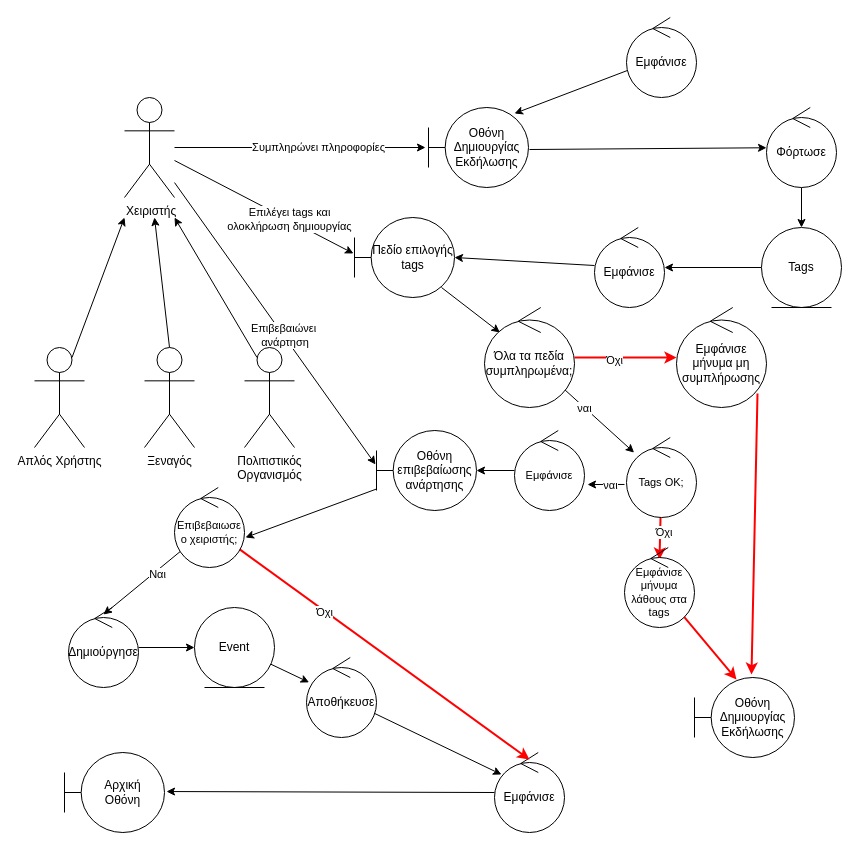
This is Phase-3/Temp files/Diagrams/Post_Event_Robustness.drawio from sfikastheo/CEID-SoftwareEngineering-2023, a draw.io file, before an edit. Source tidied: cells renumbered, new cells numbered last; positions are measured from the earlier drawing's top-left corner, leaving out a move shared by most shapes. Both pictures are drawn from the tidied source at 100%, with x=0, y=0 at pixel (34, 17).
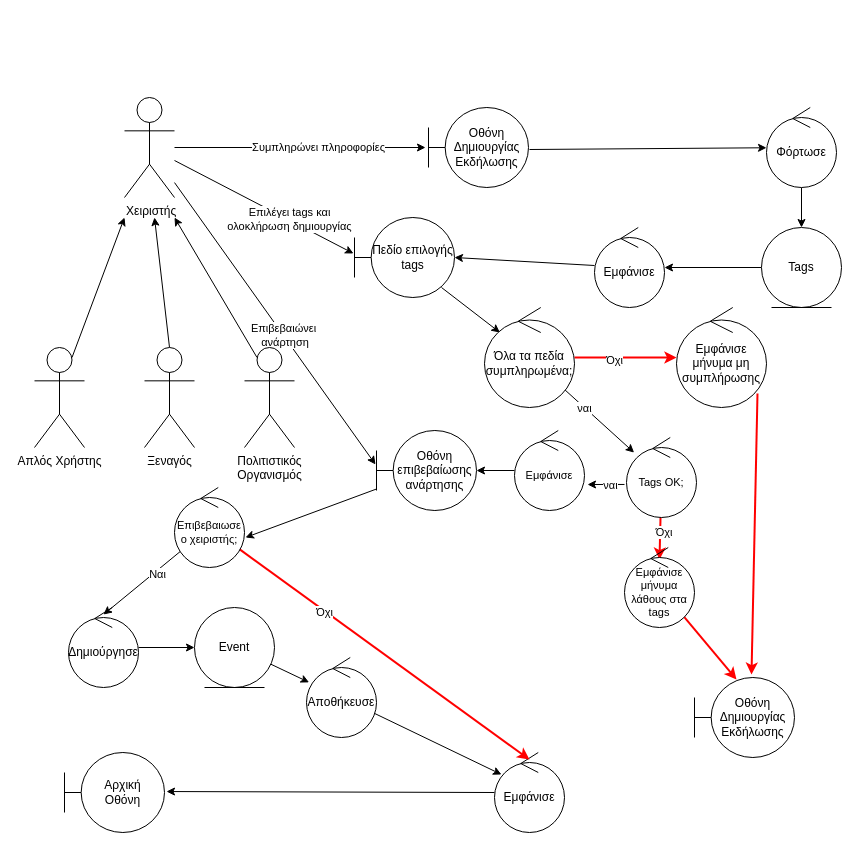
Above is the later version.

The change refers to these unchanged cells:
```xml
<mxCell id="16" value="Οθόνη Δημιουργίας Εκδήλωσης" style="shape=umlBoundary;whiteSpace=wrap;html=1;" parent="1" vertex="1">
  <mxGeometry x="394" y="90" width="100" height="80" as="geometry" />
</mxCell>
```

What changed in the source:
```diff
@@
-    <mxCell id="48" style="edgeStyle=none;shape=connector;rounded=0;jettySize=auto;html=1;entryX=0.86;entryY=0.075;entryDx=0;entryDy=0;entryPerimeter=0;labelBackgroundColor=default;strokeColor=default;fontFamily=Helvetica;fontSize=11;fontColor=default;endArrow=classic;" parent="1" edge="1" source="49" target="16">
-      <mxGeometry relative="1" as="geometry" />
-    </mxCell>
-    <mxCell id="49" value="Εμφάνισε" style="ellipse;shape=umlControl;whiteSpace=wrap;html=1;" parent="1" vertex="1">
-      <mxGeometry x="592" width="70" height="80" as="geometry" />
-    </mxCell>
```
